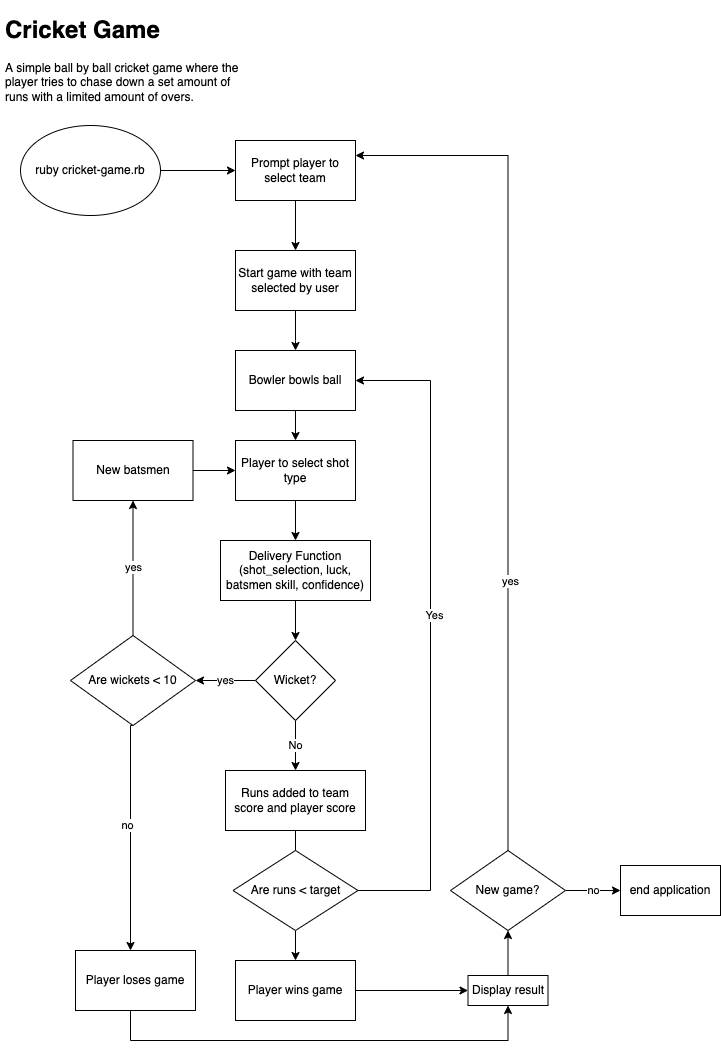
DamonJohnson/Cricket-Captain-Game keeps this draw.io diagram as planning/flowchart.png. Above is the earlier version. Source tidied: cells renumbered, new cells last; positions are measured from the earlier drawing's top-left corner, leaving out a move shared by most shapes.
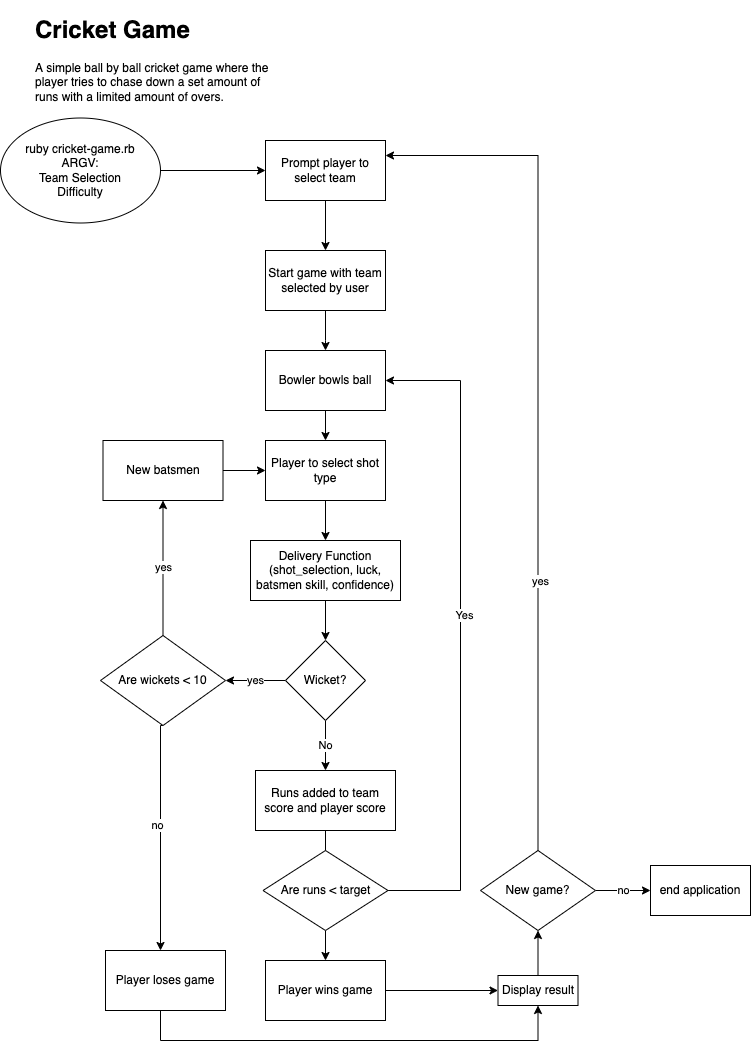
Later version of the same file.

Diff of the diagram source:
```diff
@@ -8,8 +8,8 @@
     <mxCell id="3" style="edgeStyle=orthogonalEdgeStyle;rounded=0;jettySize=auto;html=1;" parent="1" edge="1" source="4" target="10">
       <mxGeometry relative="1" as="geometry" />
     </mxCell>
-    <mxCell id="4" value="ruby cricket-game.rb" style="ellipse;whiteSpace=wrap;html=1;" parent="1" vertex="1">
-      <mxGeometry x="20" y="115" width="140" height="90" as="geometry" />
+    <mxCell id="4" value="ruby cricket-game.rb&lt;br&gt;ARGV:&lt;br&gt;Team Selection&lt;br&gt;Difficulty" style="ellipse;whiteSpace=wrap;html=1;" parent="1" vertex="1">
+      <mxGeometry x="-30" y="107.5" width="160" height="105" as="geometry" />
     </mxCell>
     <mxCell id="5" style="edgeStyle=orthogonalEdgeStyle;rounded=0;jettySize=auto;html=1;exitX=0.5;exitY=1;exitDx=0;exitDy=0;" parent="1" edge="1" source="10" target="7">
       <mxGeometry relative="1" as="geometry" />
```
